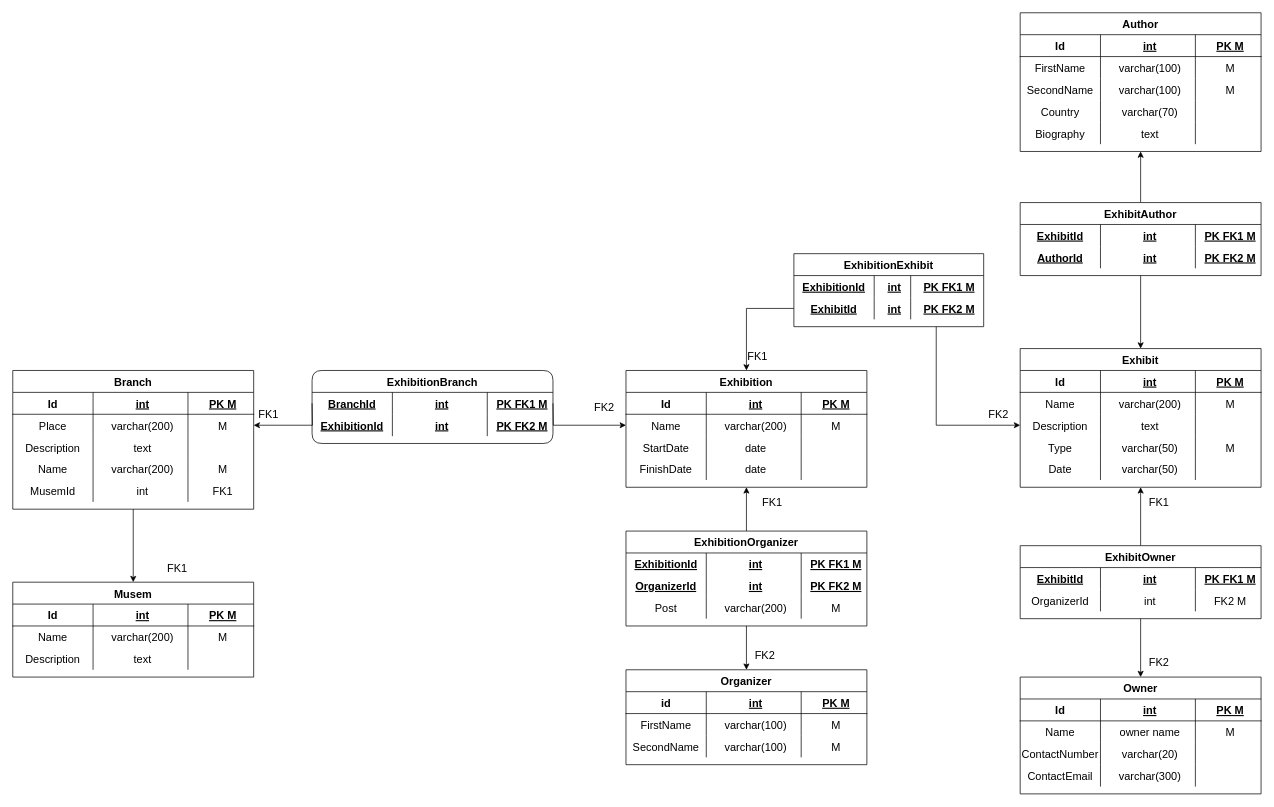
The draw.io diagram Musem PDM.drawio in sergalb/db-musem-project, before the edit. Source tidied: cells renumbered, new cells numbered last; positions are measured from the earlier drawing's top-left corner, leaving out a move shared by most shapes. Both pictures are drawn from the tidied source at 73%, with x=0, y=0 at pixel (12, 12).
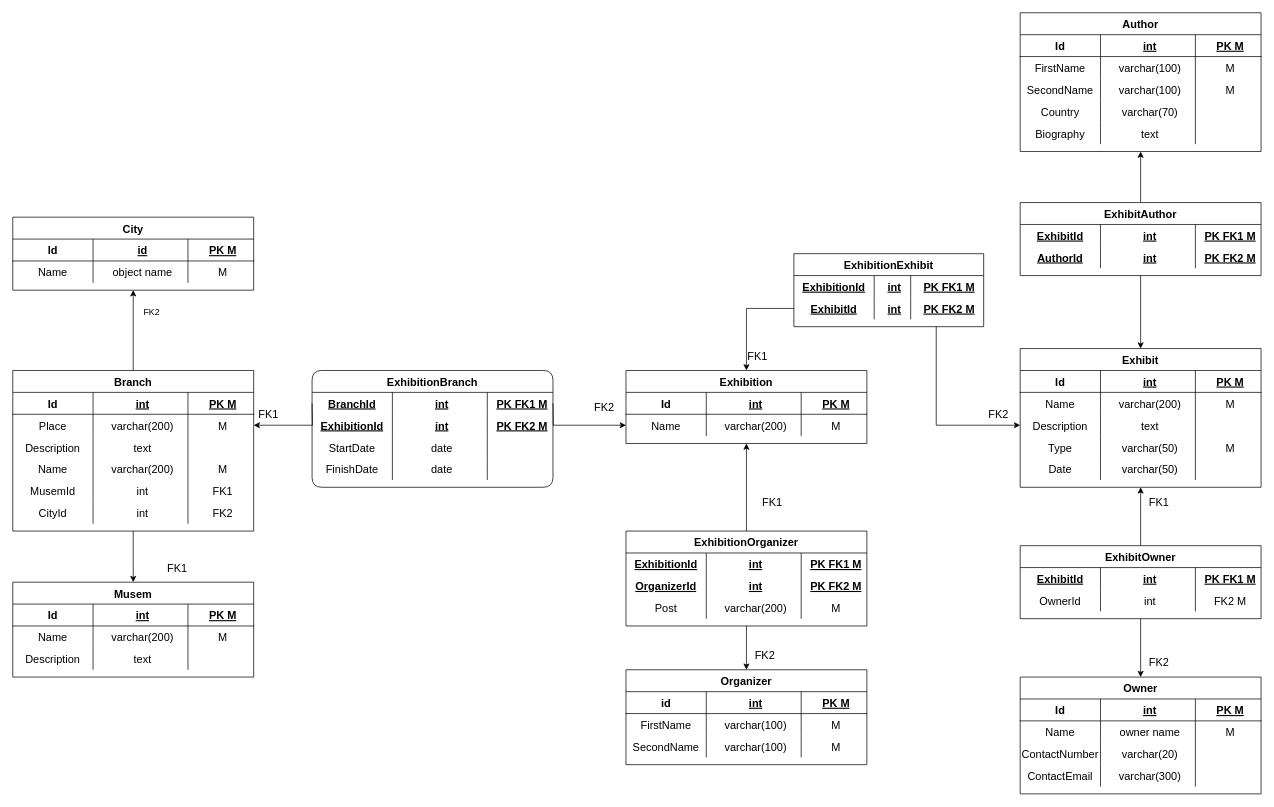
The same page after the edit.

Unchanged cells that the change refers to:
```xml
<mxCell id="188" style="shape=partialRectangle;fillColor=none;top=0;left=0;bottom=0;right=0;align=center;fontStyle=0;fontSize=15;" parent="183" vertex="1">
  <mxGeometry y="60" width="330" height="30" as="geometry" />
</mxCell>
```

Diff of the diagram source:
```diff
@@
+    <mxCell id="194" style="edgeStyle=orthogonalEdgeStyle;rounded=0;jettySize=auto;html=1;exitX=0.5;exitY=0;exitDx=0;exitDy=0;entryX=0.5;entryY=1;entryDx=0;entryDy=0;" parent="1" edge="1" source="16" target="205">
+      <mxGeometry relative="1" as="geometry" />
+    </mxCell>
     <mxCell id="16" value="Branch" style="shape=table;startSize=30;childLayout=tableLayout;rowLines=0;fontStyle=1;align=center;fontSize=15;" parent="1" vertex="1">
-      <mxGeometry y="490" width="330" height="190" as="geometry" />
+      <mxGeometry y="490" width="330" height="220" as="geometry" />
     </mxCell>
@@
+    <mxCell id="195" style="shape=partialRectangle;fillColor=none;top=0;left=0;bottom=0;right=0;align=center;fontSize=15;" parent="16" vertex="1">
+      <mxGeometry y="180" width="330" height="30" as="geometry" />
+    </mxCell>
+    <mxCell id="196" value="CityId" style="shape=partialRectangle;fillColor=none;top=0;left=0;bottom=0;right=0;overflow=hidden;align=center;fontSize=15;" parent="195" vertex="1">
+      <mxGeometry width="110" height="30" as="geometry" />
+    </mxCell>
+    <mxCell id="197" value="int" style="shape=partialRectangle;fillColor=none;top=0;left=0;bottom=0;right=0;align=center;spacingLeft=6;overflow=hidden;fontSize=15;" parent="195" vertex="1">
+      <mxGeometry x="110" width="130" height="30" as="geometry" />
+    </mxCell>
+    <mxCell id="198" value="FK2" style="shape=partialRectangle;fillColor=none;top=0;left=0;bottom=0;right=0;align=center;spacingLeft=6;overflow=hidden;fontSize=15;" parent="195" vertex="1">
+      <mxGeometry x="240" width="90" height="30" as="geometry" />
+    </mxCell>
@@
     <mxCell id="98" value="Exhibition" style="shape=table;startSize=30;childLayout=tableLayout;rowLines=0;fontStyle=1;align=center;fontSize=15;" parent="1" vertex="1">
-      <mxGeometry x="840" y="490" width="330" height="160" as="geometry" />
+      <mxGeometry x="840" y="490" width="330" height="100" as="geometry" />
     </mxCell>
@@
-    <mxCell id="107" style="shape=partialRectangle;fillColor=none;top=0;left=0;bottom=0;right=0;align=center;fontSize=15;" parent="98" vertex="1">
-      <mxGeometry y="90" width="330" height="30" as="geometry" />
-    </mxCell>
-    <mxCell id="108" value="StartDate" style="shape=partialRectangle;fillColor=none;top=0;left=0;bottom=0;right=0;overflow=hidden;align=center;fontSize=15;" parent="107" vertex="1">
-      <mxGeometry width="110" height="30" as="geometry" />
-    </mxCell>
-    <mxCell id="109" value="date" style="shape=partialRectangle;fillColor=none;top=0;left=0;bottom=0;right=0;align=center;spacingLeft=6;overflow=hidden;fontSize=15;" parent="107" vertex="1">
-      <mxGeometry x="110" width="130" height="30" as="geometry" />
-    </mxCell>
-    <mxCell id="110" style="shape=partialRectangle;fillColor=none;top=0;left=0;bottom=0;right=0;align=center;spacingLeft=6;overflow=hidden;fontSize=15;" parent="107" vertex="1">
-      <mxGeometry x="240" width="90" height="30" as="geometry" />
-    </mxCell>
-    <mxCell id="111" style="shape=partialRectangle;fillColor=none;top=0;left=0;bottom=0;right=0;align=center;fontSize=15;" parent="98" vertex="1">
-      <mxGeometry y="120" width="330" height="30" as="geometry" />
-    </mxCell>
-    <mxCell id="112" value="FinishDate" style="shape=partialRectangle;fillColor=none;top=0;left=0;bottom=0;right=0;overflow=hidden;align=center;fontSize=15;" parent="111" vertex="1">
-      <mxGeometry width="110" height="30" as="geometry" />
-    </mxCell>
-    <mxCell id="113" value="date" style="shape=partialRectangle;fillColor=none;top=0;left=0;bottom=0;right=0;align=center;spacingLeft=6;overflow=hidden;fontSize=15;" parent="111" vertex="1">
-      <mxGeometry x="110" width="130" height="30" as="geometry" />
-    </mxCell>
-    <mxCell id="114" style="shape=partialRectangle;fillColor=none;top=0;left=0;bottom=0;right=0;align=center;spacingLeft=6;overflow=hidden;fontSize=15;" parent="111" vertex="1">
-      <mxGeometry x="240" width="90" height="30" as="geometry" />
-    </mxCell>
     <mxCell id="115" value="ExhibitionBranch" style="shape=table;startSize=30;childLayout=tableLayout;rowLines=0;fontStyle=1;align=center;rounded=1;fontSize=15;" parent="1" vertex="1">
-      <mxGeometry x="410" y="490" width="330" height="100" as="geometry" />
+      <mxGeometry x="410" y="490" width="330" height="160" as="geometry" />
     </mxCell>
@@
+    <mxCell id="199" style="shape=partialRectangle;fillColor=none;top=0;left=0;bottom=0;right=0;align=center;fontStyle=5;fontSize=15;" parent="115" vertex="1">
+      <mxGeometry y="90" width="330" height="30" as="geometry" />
+    </mxCell>
+    <mxCell id="108" value="StartDate" style="shape=partialRectangle;fillColor=none;top=0;left=0;bottom=0;right=0;overflow=hidden;align=center;fontStyle=0;fontSize=15;" parent="199" vertex="1">
+      <mxGeometry width="110" height="30" as="geometry" />
+    </mxCell>
+    <mxCell id="200" value="date" style="shape=partialRectangle;fillColor=none;top=0;left=0;bottom=0;right=0;align=center;spacingLeft=6;overflow=hidden;fontStyle=0;fontSize=15;" parent="199" vertex="1">
+      <mxGeometry x="110" width="130" height="30" as="geometry" />
+    </mxCell>
+    <mxCell id="201" style="shape=partialRectangle;fillColor=none;top=0;left=0;bottom=0;right=0;align=center;spacingLeft=6;overflow=hidden;fontStyle=5;fontSize=15;" parent="199" vertex="1">
+      <mxGeometry x="240" width="90" height="30" as="geometry" />
+    </mxCell>
+    <mxCell id="202" style="shape=partialRectangle;fillColor=none;top=0;left=0;bottom=0;right=0;align=center;fontStyle=5;fontSize=15;" parent="115" vertex="1">
+      <mxGeometry y="120" width="330" height="30" as="geometry" />
+    </mxCell>
+    <mxCell id="112" value="FinishDate" style="shape=partialRectangle;fillColor=none;top=0;left=0;bottom=0;right=0;overflow=hidden;align=center;fontStyle=0;fontSize=15;" parent="202" vertex="1">
+      <mxGeometry width="110" height="30" as="geometry" />
+    </mxCell>
+    <mxCell id="203" value="date" style="shape=partialRectangle;fillColor=none;top=0;left=0;bottom=0;right=0;align=center;spacingLeft=6;overflow=hidden;fontStyle=0;fontSize=15;" parent="202" vertex="1">
+      <mxGeometry x="110" width="130" height="30" as="geometry" />
+    </mxCell>
+    <mxCell id="204" style="shape=partialRectangle;fillColor=none;top=0;left=0;bottom=0;right=0;align=center;spacingLeft=6;overflow=hidden;fontStyle=5;fontSize=15;" parent="202" vertex="1">
+      <mxGeometry x="240" width="90" height="30" as="geometry" />
+    </mxCell>
@@
-    <mxCell id="189" value="OrganizerId" style="shape=partialRectangle;fillColor=none;top=0;left=0;bottom=0;right=0;overflow=hidden;align=center;fontStyle=0;fontSize=15;" parent="188" vertex="1">
+    <mxCell id="189" value="OwnerId" style="shape=partialRectangle;fillColor=none;top=0;left=0;bottom=0;right=0;overflow=hidden;align=center;fontStyle=0;fontSize=15;" parent="188" vertex="1">
       <mxGeometry width="110" height="30" as="geometry" />
     </mxCell>
@@
+    <mxCell id="205" value="City" style="shape=table;startSize=30;childLayout=tableLayout;rowLines=0;fontStyle=1;align=center;fontSize=15;" parent="1" vertex="1">
+      <mxGeometry y="280" width="330" height="100" as="geometry" />
+    </mxCell>
+    <mxCell id="206" style="shape=partialRectangle;fillColor=none;top=0;left=0;bottom=1;right=0;align=center;fontSize=15;" parent="205" vertex="1">
+      <mxGeometry y="30" width="330" height="30" as="geometry" />
+    </mxCell>
+    <mxCell id="207" value="Id" style="shape=partialRectangle;fillColor=none;top=0;left=0;bottom=0;right=0;fontStyle=1;overflow=hidden;align=center;fontSize=15;" parent="206" vertex="1">
+      <mxGeometry width="110" height="30" as="geometry" />
+    </mxCell>
+    <mxCell id="208" value="id" style="shape=partialRectangle;fillColor=none;top=0;left=0;bottom=0;right=0;align=center;spacingLeft=6;fontStyle=5;overflow=hidden;fontSize=15;" parent="206" vertex="1">
+      <mxGeometry x="110" width="130" height="30" as="geometry" />
+    </mxCell>
+    <mxCell id="209" value="PK M" style="shape=partialRectangle;fillColor=none;top=0;left=0;bottom=0;right=0;align=center;spacingLeft=6;fontStyle=5;overflow=hidden;fontSize=15;" parent="206" vertex="1">
+      <mxGeometry x="240" width="90" height="30" as="geometry" />
+    </mxCell>
+    <mxCell id="210" style="shape=partialRectangle;fillColor=none;top=0;left=0;bottom=0;right=0;align=center;fontSize=15;" parent="205" vertex="1">
+      <mxGeometry y="60" width="330" height="30" as="geometry" />
+    </mxCell>
+    <mxCell id="211" value="Name" style="shape=partialRectangle;fillColor=none;top=0;left=0;bottom=0;right=0;overflow=hidden;align=center;fontSize=15;" parent="210" vertex="1">
+      <mxGeometry width="110" height="30" as="geometry" />
+    </mxCell>
+    <mxCell id="212" value="object name" style="shape=partialRectangle;fillColor=none;top=0;left=0;bottom=0;right=0;align=center;spacingLeft=6;overflow=hidden;fontSize=15;" parent="210" vertex="1">
+      <mxGeometry x="110" width="130" height="30" as="geometry" />
+    </mxCell>
+    <mxCell id="213" value="M" style="shape=partialRectangle;fillColor=none;top=0;left=0;bottom=0;right=0;align=center;spacingLeft=6;overflow=hidden;fontSize=15;" parent="210" vertex="1">
+      <mxGeometry x="240" width="90" height="30" as="geometry" />
+    </mxCell>
+    <mxCell id="214" value="FK2" style="text;html=1;align=center;verticalAlign=middle;" parent="1" vertex="1">
+      <mxGeometry x="170" y="400" width="40" height="20" as="geometry" />
+    </mxCell>
```
